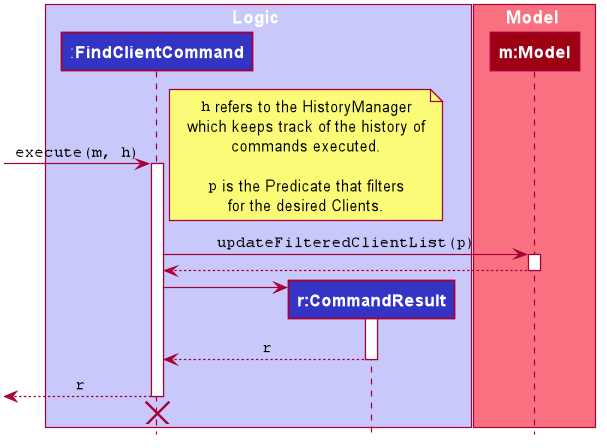
This is docs/images/FindClientSequenceDiagram.png from yanlynnnnn/tp, a PlantUML export, as it was before one commit.
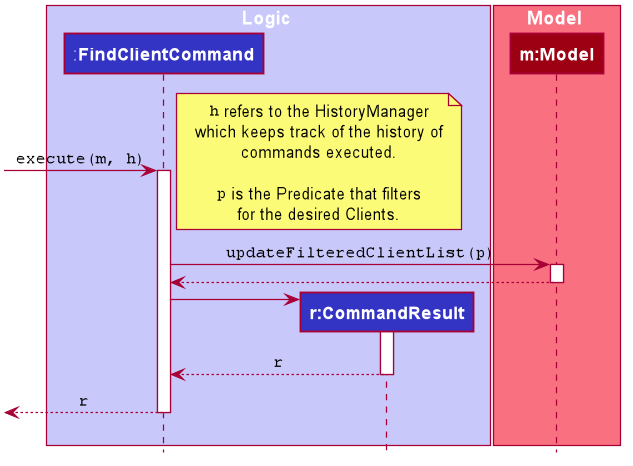
The same file after the commit.

Diff of the diagram source:
```diff
@@ -88,6 +88,5 @@
 deactivate FindClientCommand
 
 FindClientCommand -[hidden]> CommandResult
-destroy FindClientCommand
 
 @enduml
```
